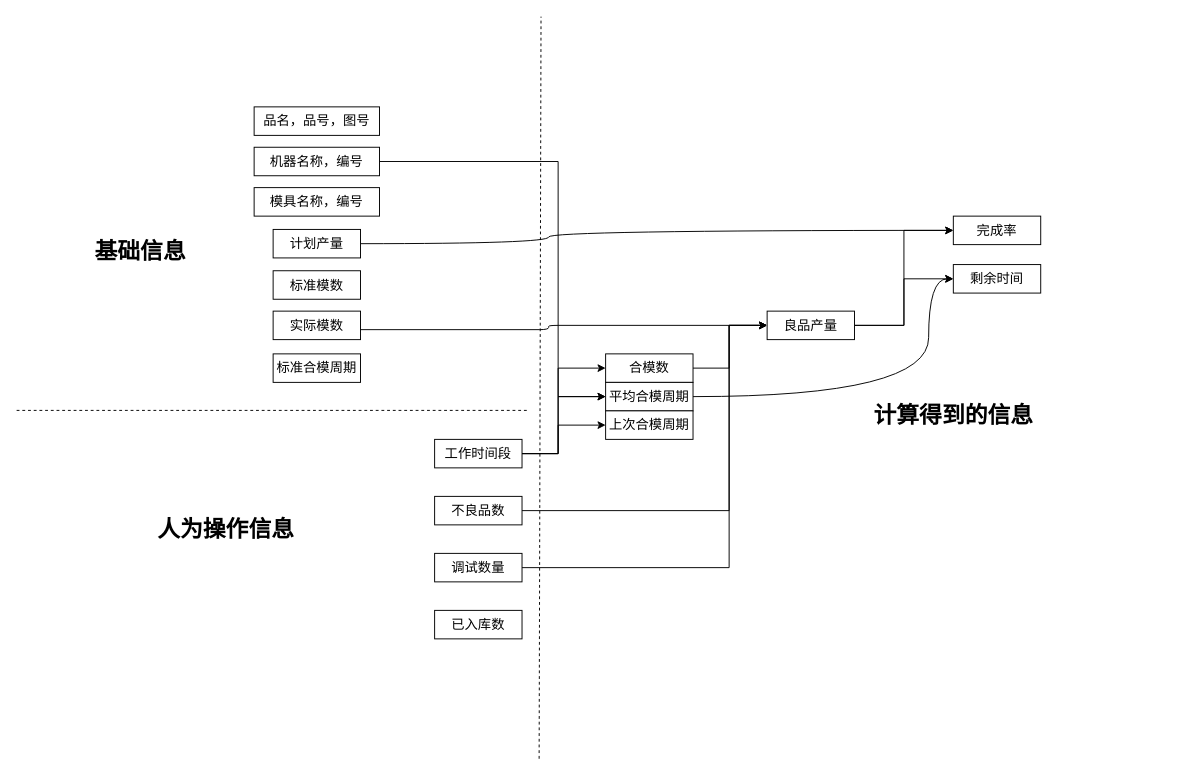
This is page "第 5 页" (5 of 5) of 未命名表单.drawio from k525056857/mfr, a draw.io file, before an edit. Source tidied: cells renumbered, new cells numbered last; positions are measured from the earlier drawing's top-left corner, leaving out a move shared by most shapes. Both pictures are drawn from the tidied source at 95%, with x=0, y=0 at pixel (16, 16).
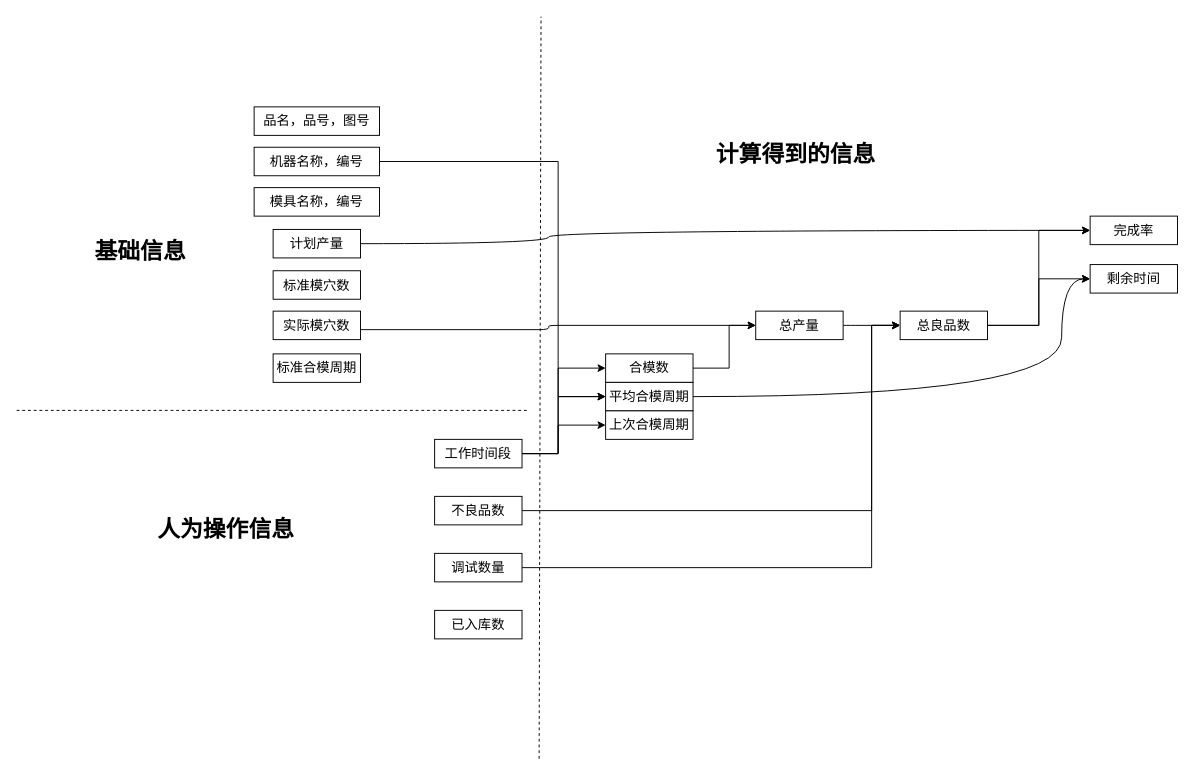
After the change.

Commit message:
更新未命名表单.drawio

Unchanged cells that the change refers to:
```xml
<mxCell id="9" value="不良品数" style="rounded=0;whiteSpace=wrap;html=1;fontSize=14;" parent="1" vertex="1">
  <mxGeometry x="440" y="505" width="92" height="30" as="geometry" />
</mxCell>
<mxCell id="17" value="调试数量" style="rounded=0;whiteSpace=wrap;html=1;fontSize=14;" parent="1" vertex="1">
  <mxGeometry x="440" y="565" width="92" height="30" as="geometry" />
</mxCell>
<mxCell id="19" value="合模数" style="rounded=0;whiteSpace=wrap;html=1;fontSize=14;" parent="1" vertex="1">
  <mxGeometry x="620" y="355" width="92" height="30" as="geometry" />
</mxCell>
<mxCell id="21" value="平均合模周期" style="rounded=0;whiteSpace=wrap;html=1;fontSize=14;" parent="1" vertex="1">
  <mxGeometry x="620" y="385" width="92" height="30" as="geometry" />
</mxCell>
```

The edit, as a diff of the source:
```diff
@@
-    <mxCell id="2" value="标准模数" style="rounded=0;whiteSpace=wrap;html=1;fontSize=14;" parent="1" vertex="1">
+    <mxCell id="2" value="标准模穴数" style="rounded=0;whiteSpace=wrap;html=1;fontSize=14;" parent="1" vertex="1">
       <mxGeometry x="270" y="267.5" width="92" height="30" as="geometry" />
     </mxCell>
-    <mxCell id="3" value="实际模数" style="rounded=0;whiteSpace=wrap;html=1;fontSize=14;" parent="1" vertex="1">
+    <mxCell id="3" value="实际模穴数" style="rounded=0;whiteSpace=wrap;html=1;fontSize=14;" parent="1" vertex="1">
       <mxGeometry x="270" y="310" width="92" height="30" as="geometry" />
     </mxCell>
@@
     <mxCell id="8" style="edgeStyle=orthogonalEdgeStyle;rounded=0;jettySize=auto;html=1;exitX=1;exitY=0.5;exitDx=0;exitDy=0;entryX=0;entryY=0.5;entryDx=0;entryDy=0;fontSize=14;" parent="1" edge="1" source="9" target="28">
       <mxGeometry relative="1" as="geometry">
         <Array as="points">
-          <mxPoint x="750" y="520" />
-          <mxPoint x="750" y="325" />
+          <mxPoint x="900" y="520" />
+          <mxPoint x="900" y="325" />
         </Array>
       </mxGeometry>
     </mxCell>
@@
     <mxCell id="16" style="edgeStyle=orthogonalEdgeStyle;rounded=0;jettySize=auto;html=1;exitX=1;exitY=0.5;exitDx=0;exitDy=0;entryX=0;entryY=0.5;entryDx=0;entryDy=0;fontSize=14;" parent="1" edge="1" source="17" target="28">
       <mxGeometry relative="1" as="geometry">
         <Array as="points">
-          <mxPoint x="750" y="580" />
-          <mxPoint x="750" y="325" />
+          <mxPoint x="900" y="580" />
+          <mxPoint x="900" y="325" />
         </Array>
       </mxGeometry>
     </mxCell>
@@
-    <mxCell id="18" style="edgeStyle=orthogonalEdgeStyle;rounded=0;jettySize=auto;html=1;exitX=1;exitY=0.5;exitDx=0;exitDy=0;entryX=0;entryY=0.5;entryDx=0;entryDy=0;fontSize=14;" parent="1" edge="1" source="19" target="28">
+    <mxCell id="18" style="edgeStyle=orthogonalEdgeStyle;rounded=0;jettySize=auto;html=1;exitX=1;exitY=0.5;exitDx=0;exitDy=0;entryX=0;entryY=0.5;entryDx=0;entryDy=0;fontSize=14;" parent="1" edge="1" source="19" target="37">
       <mxGeometry relative="1" as="geometry">
         <Array as="points">
           <mxPoint x="750" y="370" />
           <mxPoint x="750" y="325" />
         </Array>
       </mxGeometry>
     </mxCell>
@@
     <mxCell id="20" style="edgeStyle=orthogonalEdgeStyle;rounded=0;jettySize=auto;html=1;exitX=1;exitY=0.5;exitDx=0;exitDy=0;entryX=0;entryY=0.5;entryDx=0;entryDy=0;fontSize=14;curved=1;" parent="1" edge="1" source="21" target="33">
       <mxGeometry relative="1" as="geometry">
         <Array as="points">
-          <mxPoint x="960" y="400" />
-          <mxPoint x="960" y="276" />
+          <mxPoint x="1100" y="400" />
+          <mxPoint x="1100" y="276" />
         </Array>
       </mxGeometry>
     </mxCell>
@@
-    <mxCell id="28" value="良品产量" style="rounded=0;whiteSpace=wrap;html=1;fontSize=14;" parent="1" vertex="1">
-      <mxGeometry x="790" y="310" width="92" height="30" as="geometry" />
+    <mxCell id="28" value="总良品数" style="rounded=0;whiteSpace=wrap;html=1;fontSize=14;" parent="1" vertex="1">
+      <mxGeometry x="930" y="310" width="92" height="30" as="geometry" />
     </mxCell>
@@
-    <mxCell id="31" style="edgeStyle=elbowEdgeStyle;elbow=horizontal;endArrow=classic;html=1;fontSize=14;entryX=0;entryY=0.5;entryDx=0;entryDy=0;" parent="1" edge="1" target="28">
+    <mxCell id="31" style="edgeStyle=elbowEdgeStyle;elbow=horizontal;endArrow=classic;html=1;fontSize=14;entryX=0;entryY=0.5;entryDx=0;entryDy=0;" parent="1" edge="1" target="37">
       <mxGeometry relative="1" as="geometry">
         <mxPoint x="362" y="329.5" as="sourcePoint" />
         <Array as="points">
           <mxPoint x="560" y="325" />
           <mxPoint x="550" y="325" />
         </Array>
       </mxGeometry>
     </mxCell>
     <mxCell id="32" value="完成率" style="rounded=0;whiteSpace=wrap;html=1;fontSize=14;" parent="1" vertex="1">
-      <mxGeometry x="986" y="210" width="92" height="30" as="geometry" />
+      <mxGeometry x="1130" y="210" width="92" height="30" as="geometry" />
     </mxCell>
     <mxCell id="33" value="剩余时间" style="rounded=0;whiteSpace=wrap;html=1;fontSize=14;" parent="1" vertex="1">
-      <mxGeometry x="986" y="261" width="92" height="30" as="geometry" />
+      <mxGeometry x="1130" y="261" width="92" height="30" as="geometry" />
     </mxCell>
@@
     <mxCell id="35" value="计算得到的信息" style="text;strokeColor=none;fillColor=none;html=1;fontSize=24;fontStyle=1;verticalAlign=middle;align=center;" parent="1" vertex="1">
-      <mxGeometry x="936" y="400" width="100" height="40" as="geometry" />
+      <mxGeometry x="770" y="125" width="100" height="40" as="geometry" />
     </mxCell>
+    <mxCell id="36" style="edgeStyle=orthogonalEdgeStyle;curved=1;rounded=0;jettySize=auto;html=1;exitX=1;exitY=0.5;exitDx=0;exitDy=0;entryX=0;entryY=0.5;entryDx=0;entryDy=0;fontSize=14;" parent="1" edge="1" source="37" target="28">
+      <mxGeometry relative="1" as="geometry" />
+    </mxCell>
+    <mxCell id="37" value="总产量" style="rounded=0;whiteSpace=wrap;html=1;fontSize=14;" parent="1" vertex="1">
+      <mxGeometry x="778" y="310" width="92" height="30" as="geometry" />
+    </mxCell>
```
